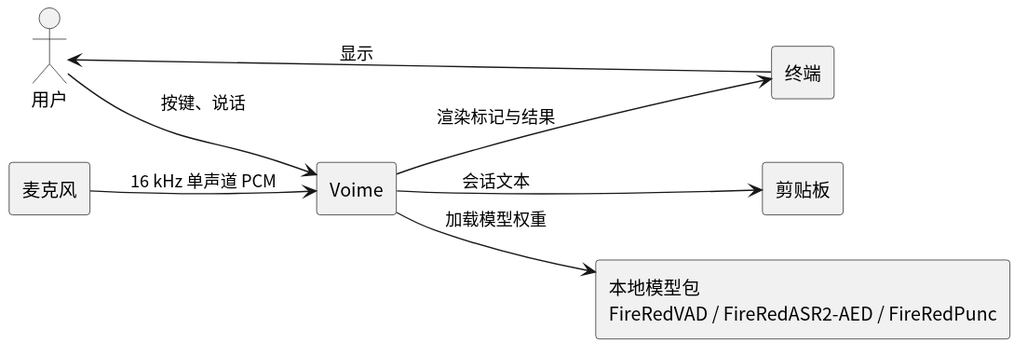
Above: diagram/general-architecture.svg in 54m43lJ/voime (PlantUML), before the change.
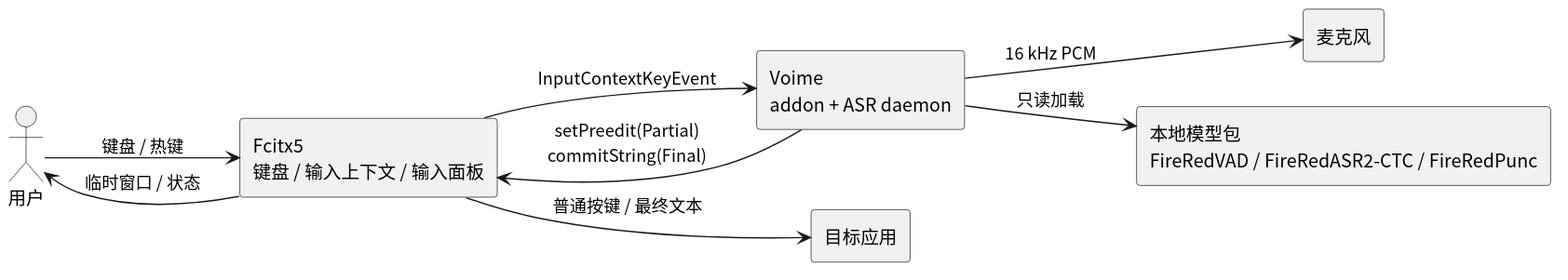
After the commit.

What changed in the source:
```diff
@@ -5,16 +5,17 @@
 left to right direction
 
 actor "用户" as User
-component "Voime" as App
+component "Fcitx5\n键盘 / 输入上下文 / 输入面板" as Fcitx
+component "Voime\naddon + ASR daemon" as Voime
+component "目标应用" as App
 component "麦克风" as Mic
-component "终端" as Term
-component "剪贴板" as Clip
-component "本地模型包\nFireRedVAD / FireRedASR2-AED / FireRedPunc" as Models
+component "本地模型包\nFireRedVAD / FireRedASR2-CTC / FireRedPunc" as Models
 
-User --> App : 按键、说话
-App --> Term : 渲染标记与结果
-Term --> User : 显示
-Mic --> App : 16 kHz 单声道 PCM
-App --> Clip : 会话文本
-App --> Models : 加载模型权重
+User --> Fcitx : 键盘 / 热键
+Fcitx --> Voime : InputContextKeyEvent
+Voime --> Fcitx : setPreedit(Partial)\ncommitString(Final)
+Fcitx --> App : 普通按键 / 最终文本
+Fcitx --> User : 临时窗口 / 状态
+Voime --> Mic : 16 kHz PCM
+Voime --> Models : 只读加载
 @enduml
```
